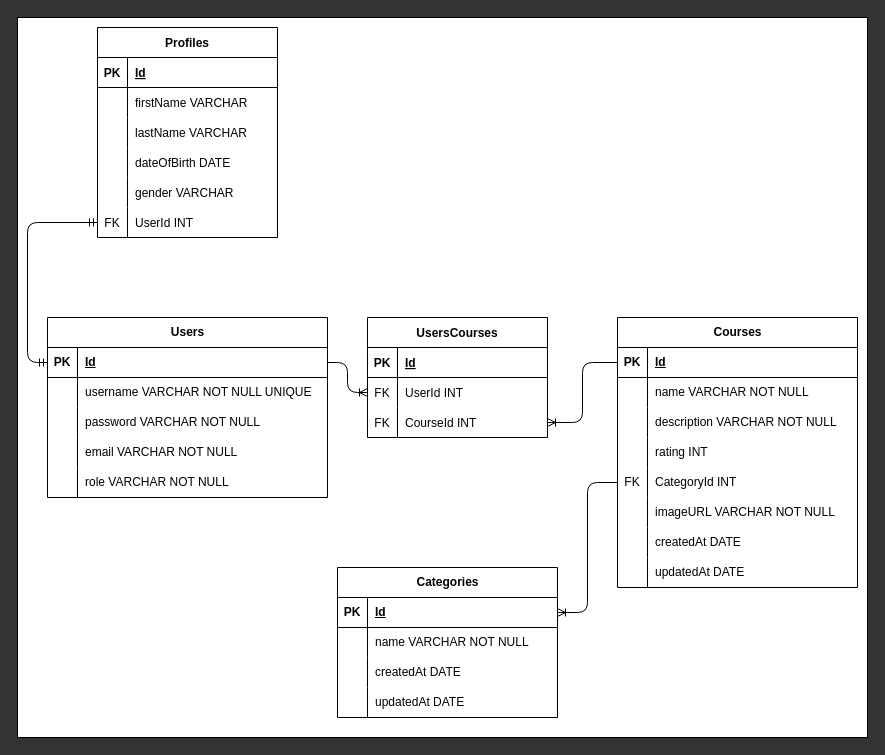
Above: Schema/edutech.drawio in mfaishal82/Pro-EduTech (draw.io), before the change. Source tidied: cells renumbered, new cells numbered last; positions are measured from the earlier drawing's top-left corner, leaving out a move shared by most shapes. Both pictures are drawn from the tidied source at 100%, with x=0, y=0 at pixel (17, 17).
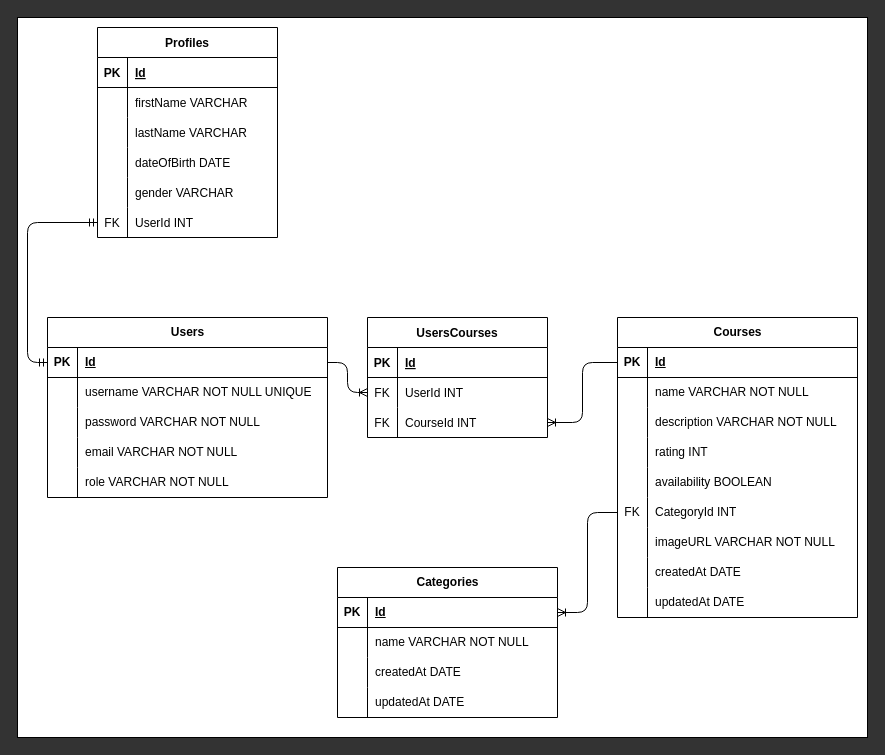
The same page after the edit.

Diff of the diagram source:
```diff
@@
     <mxCell id="3" value="Courses" style="shape=table;startSize=30;childLayout=tableLayout;rowLines=0;fontStyle=1;align=center;html=1;" parent="1" vertex="1">
-      <mxGeometry x="600" y="300" width="240" height="270" as="geometry" />
+      <mxGeometry x="600" y="300" width="240" height="300" as="geometry" />
     </mxCell>
@@
+    <mxCell id="90" style="shape=tableRow;horizontal=0;startSize=0;swimlaneHead=0;swimlaneBody=0;fillColor=none;top=0;left=0;right=0;bottom=0;" parent="3" vertex="1">
+      <mxGeometry y="150" width="240" height="30" as="geometry" />
+    </mxCell>
+    <mxCell id="91" style="shape=partialRectangle;fillColor=none;top=0;left=0;bottom=0;right=0;overflow=hidden;whiteSpace=wrap;html=1;" parent="90" vertex="1">
+      <mxGeometry width="30" height="30" as="geometry" />
+    </mxCell>
+    <mxCell id="92" value="availability BOOLEAN&amp;nbsp;" style="shape=partialRectangle;fillColor=none;top=0;left=0;bottom=0;right=0;align=left;spacingLeft=6;overflow=hidden;whiteSpace=wrap;html=1;" parent="90" vertex="1">
+      <mxGeometry x="30" width="210" height="30" as="geometry" />
+    </mxCell>
     <mxCell id="16" style="shape=tableRow;horizontal=0;startSize=0;swimlaneHead=0;swimlaneBody=0;fillColor=none;points=[[0,0.5],[1,0.5]];portConstraint=eastwest;top=0;left=0;right=0;bottom=0;" parent="3" vertex="1">
-      <mxGeometry y="150" width="240" height="30" as="geometry" />
+      <mxGeometry y="180" width="240" height="30" as="geometry" />
     </mxCell>
@@
     <mxCell id="19" style="shape=tableRow;horizontal=0;startSize=0;swimlaneHead=0;swimlaneBody=0;fillColor=none;top=0;left=0;right=0;bottom=0;" parent="3" vertex="1">
-      <mxGeometry y="180" width="240" height="30" as="geometry" />
+      <mxGeometry y="210" width="240" height="30" as="geometry" />
     </mxCell>
@@
     <mxCell id="22" style="shape=tableRow;horizontal=0;startSize=0;swimlaneHead=0;swimlaneBody=0;fillColor=none;top=0;left=0;right=0;bottom=0;" parent="3" vertex="1">
-      <mxGeometry y="210" width="240" height="30" as="geometry" />
+      <mxGeometry y="240" width="240" height="30" as="geometry" />
     </mxCell>
@@
     <mxCell id="25" style="shape=tableRow;horizontal=0;startSize=0;swimlaneHead=0;swimlaneBody=0;fillColor=none;top=0;left=0;right=0;bottom=0;" parent="3" vertex="1">
-      <mxGeometry y="240" width="240" height="30" as="geometry" />
+      <mxGeometry y="270" width="240" height="30" as="geometry" />
     </mxCell>
```
